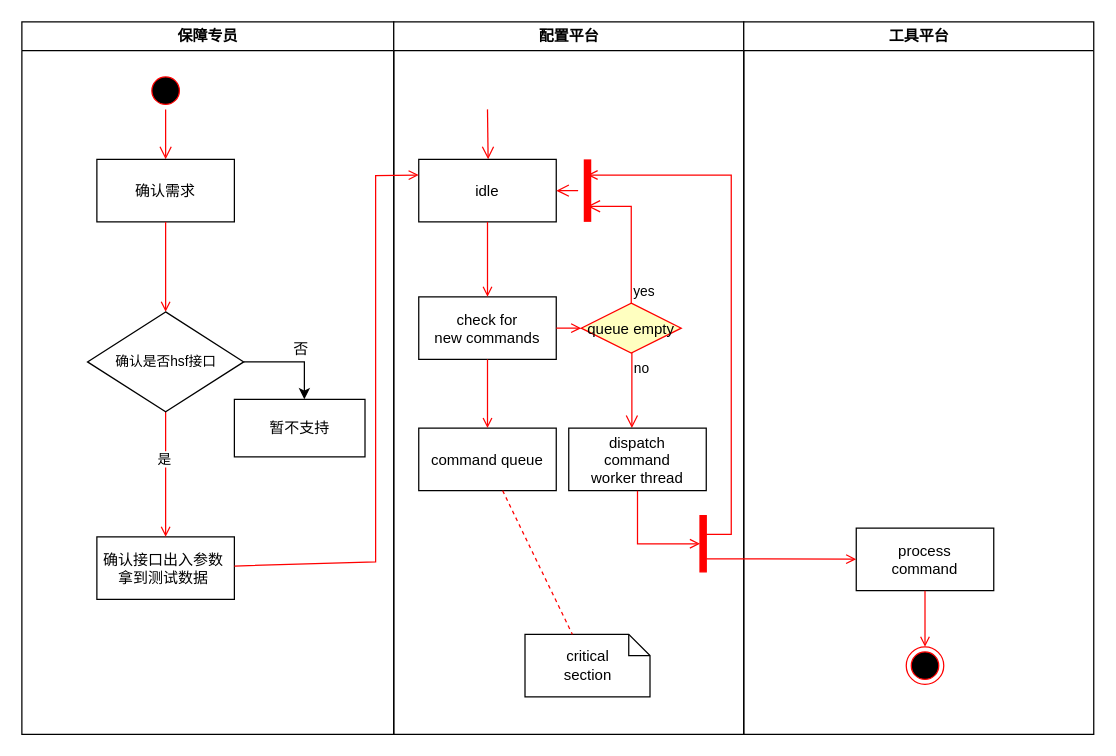
Above: java/Untitled Diagram.drawio in RdAllen/algo (draw.io), before the change. Source tidied: cells renumbered, new cells numbered last; positions are measured from the earlier drawing's top-left corner, leaving out a move shared by most shapes. Both pictures are drawn from the tidied source at 125%, with x=0, y=0 at pixel (21, 21).
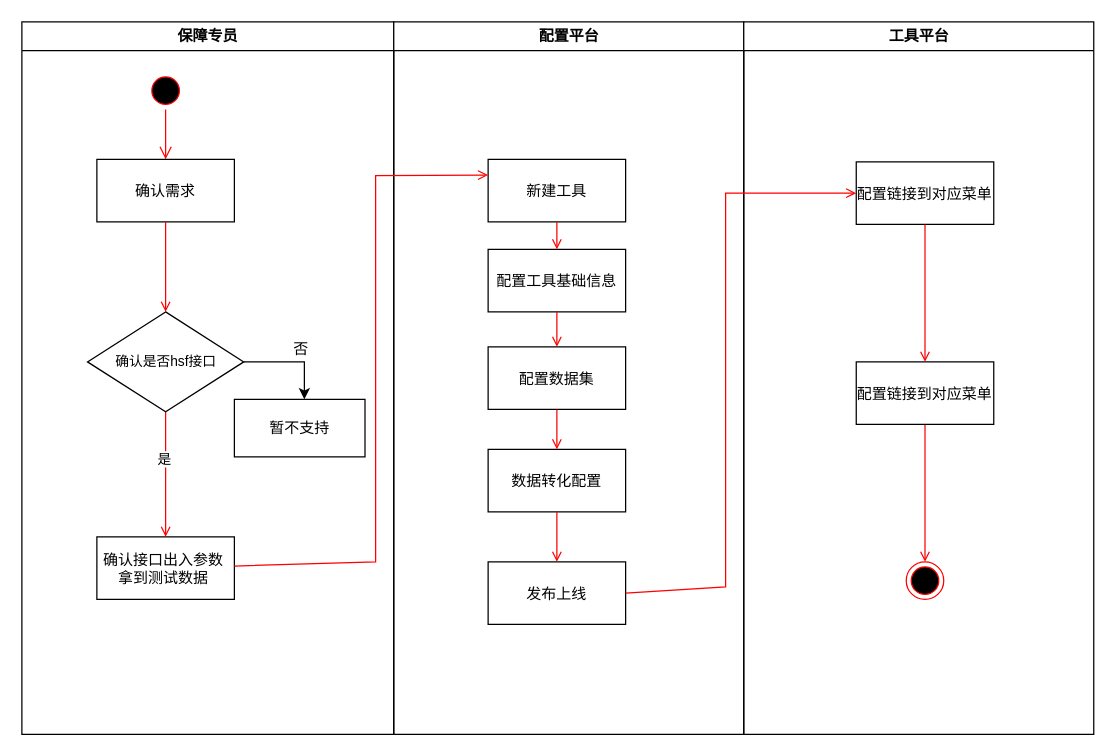
Above is the later version.

The change refers to these unchanged cells:
```xml
<mxCell id="13" value="配置平台" style="swimlane;whiteSpace=wrap;" parent="1" vertex="1">
  <mxGeometry x="297.5" width="280" height="570" as="geometry" />
</mxCell>
<mxCell id="31" value="工具平台" style="swimlane;whiteSpace=wrap;" parent="1" vertex="1">
  <mxGeometry x="577.5" width="280" height="570" as="geometry" />
</mxCell>
```

The edit, as a diff of the source:
```diff
@@
-    <mxCell id="14" style="edgeStyle=elbowEdgeStyle;elbow=horizontal;verticalAlign=bottom;endArrow=open;endSize=8;strokeColor=#FF0000;endFill=1;rounded=0;" parent="13" edge="1" target="15">
-      <mxGeometry x="40" y="20" as="geometry">
-        <mxPoint x="75" y="70" as="sourcePoint" />
-      </mxGeometry>
-    </mxCell>
-    <mxCell id="15" value="idle" parent="13" vertex="1">
-      <mxGeometry x="20" y="110" width="110" height="50" as="geometry" />
+    <mxCell id="15" value="新建工具" parent="13" vertex="1">
+      <mxGeometry x="75.5" y="110" width="110" height="50" as="geometry" />
     </mxCell>
-    <mxCell id="16" value="check for &#10;new commands" parent="13" vertex="1">
-      <mxGeometry x="20" y="220" width="110" height="50" as="geometry" />
+    <mxCell id="16" value="配置工具基础信息" parent="13" vertex="1">
+      <mxGeometry x="75.5" y="182" width="110" height="50" as="geometry" />
     </mxCell>
@@
-    <mxCell id="18" value="command queue" parent="13" vertex="1">
-      <mxGeometry x="20" y="325" width="110" height="50" as="geometry" />
+    <mxCell id="18" value="配置数据集" parent="13" vertex="1">
+      <mxGeometry x="75.5" y="260" width="110" height="50" as="geometry" />
     </mxCell>
@@
-    <mxCell id="20" value="queue empty" style="rhombus;fillColor=#ffffc0;strokeColor=#ff0000;" parent="13" vertex="1">
-      <mxGeometry x="150" y="225" width="80" height="40" as="geometry" />
-    </mxCell>
-    <mxCell id="21" value="yes" style="edgeStyle=elbowEdgeStyle;elbow=horizontal;align=left;verticalAlign=bottom;endArrow=open;endSize=8;strokeColor=#FF0000;exitX=0.5;exitY=0;endFill=1;rounded=0;entryX=0.75;entryY=0.5;entryPerimeter=0;" parent="13" edge="1" source="20" target="24">
-      <mxGeometry x="-1" relative="1" as="geometry">
-        <Array as="points">
-          <mxPoint x="190" y="180" />
-        </Array>
-      </mxGeometry>
-    </mxCell>
-    <mxCell id="22" value="no" style="edgeStyle=elbowEdgeStyle;elbow=horizontal;align=left;verticalAlign=top;endArrow=open;endSize=8;strokeColor=#FF0000;endFill=1;rounded=0;" parent="13" edge="1" source="20" target="26">
-      <mxGeometry x="-1" relative="1" as="geometry" />
-    </mxCell>
-    <mxCell id="23" style="endArrow=open;strokeColor=#FF0000;endFill=1;rounded=0;" parent="13" edge="1" source="16" target="20">
-      <mxGeometry relative="1" as="geometry" />
-    </mxCell>
-    <mxCell id="24" style="shape=line;strokeWidth=6;strokeColor=#ff0000;rotation=90;" parent="13" vertex="1">
-      <mxGeometry x="130" y="127.5" width="50" height="15" as="geometry" />
-    </mxCell>
-    <mxCell id="25" style="edgeStyle=elbowEdgeStyle;elbow=horizontal;verticalAlign=bottom;endArrow=open;endSize=8;strokeColor=#FF0000;endFill=1;rounded=0;" parent="13" edge="1" source="24" target="15">
-      <mxGeometry x="130" y="90" as="geometry" />
-    </mxCell>
-    <mxCell id="26" value="dispatch&#10;command&#10;worker thread" parent="13" vertex="1">
-      <mxGeometry x="140" y="325" width="110" height="50" as="geometry" />
-    </mxCell>
-    <mxCell id="27" value="critical&#10;section" style="shape=note;whiteSpace=wrap;size=17;" parent="13" vertex="1">
-      <mxGeometry x="105" y="490" width="100" height="50" as="geometry" />
-    </mxCell>
-    <mxCell id="28" style="endArrow=none;strokeColor=#FF0000;endFill=0;rounded=0;dashed=1;" parent="13" edge="1" source="18" target="27">
-      <mxGeometry relative="1" as="geometry" />
-    </mxCell>
-    <mxCell id="29" style="whiteSpace=wrap;strokeColor=#FF0000;fillColor=#FF0000;" parent="13" vertex="1">
-      <mxGeometry x="245" y="395" width="5" height="45" as="geometry" />
-    </mxCell>
-    <mxCell id="30" style="edgeStyle=elbowEdgeStyle;elbow=horizontal;entryX=0;entryY=0.5;strokeColor=#FF0000;endArrow=open;endFill=1;rounded=0;" parent="13" edge="1" source="26" target="29">
-      <mxGeometry relative="1" as="geometry">
-        <Array as="points">
-          <mxPoint x="195" y="400" />
-        </Array>
-      </mxGeometry>
-    </mxCell>
+    <mxCell id="39" value="数据转化配置" parent="13" vertex="1">
+      <mxGeometry x="75.5" y="342" width="110" height="50" as="geometry" />
+    </mxCell>
+    <mxCell id="40" style="endArrow=open;strokeColor=#FF0000;endFill=1;rounded=0;exitX=0.5;exitY=1;exitDx=0;exitDy=0;" parent="13" edge="1" source="18" target="39">
+      <mxGeometry relative="1" as="geometry" />
+    </mxCell>
+    <mxCell id="41" value="发布上线" parent="13" vertex="1">
+      <mxGeometry x="75.5" y="432" width="110" height="50" as="geometry" />
+    </mxCell>
+    <mxCell id="42" style="endArrow=open;strokeColor=#FF0000;endFill=1;rounded=0;exitX=0.5;exitY=1;exitDx=0;exitDy=0;" parent="13" edge="1" source="39" target="41">
+      <mxGeometry relative="1" as="geometry" />
+    </mxCell>
@@
-    <mxCell id="32" value="process&#10;command" parent="31" vertex="1">
-      <mxGeometry x="90" y="405" width="110" height="50" as="geometry" />
+    <mxCell id="32" value="配置链接到对应菜单" parent="31" vertex="1">
+      <mxGeometry x="90" y="112" width="110" height="50" as="geometry" />
     </mxCell>
-    <mxCell id="33" style="edgeStyle=elbowEdgeStyle;elbow=horizontal;strokeColor=#FF0000;endArrow=open;endFill=1;rounded=0;entryX=0.25;entryY=0.5;entryPerimeter=0;" parent="31" edge="1" target="24">
-      <mxGeometry relative="1" as="geometry">
-        <mxPoint x="-30" y="410" as="sourcePoint" />
-        <Array as="points">
-          <mxPoint x="-10" y="135" />
-        </Array>
-      </mxGeometry>
-    </mxCell>
-    <mxCell id="34" style="edgeStyle=none;strokeColor=#FF0000;endArrow=open;endFill=1;rounded=0;" parent="31" edge="1" target="32">
-      <mxGeometry relative="1" as="geometry">
-        <mxPoint x="-30" y="429.5" as="sourcePoint" />
-      </mxGeometry>
-    </mxCell>
     <mxCell id="35" style="ellipse;shape=endState;fillColor=#000000;strokeColor=#ff0000;" parent="31" vertex="1">
-      <mxGeometry x="130" y="500" width="30" height="30" as="geometry" />
+      <mxGeometry x="130" y="432" width="30" height="30" as="geometry" />
     </mxCell>
-    <mxCell id="36" style="endArrow=open;strokeColor=#FF0000;endFill=1;rounded=0;" parent="31" edge="1" source="32" target="35">
+    <mxCell id="36" style="endArrow=open;strokeColor=#FF0000;endFill=1;rounded=0;exitX=0.5;exitY=1;exitDx=0;exitDy=0;" parent="31" edge="1" source="43" target="35">
       <mxGeometry relative="1" as="geometry" />
     </mxCell>
+    <mxCell id="43" value="配置链接到对应菜单" parent="31" vertex="1">
+      <mxGeometry x="90" y="272" width="110" height="50" as="geometry" />
+    </mxCell>
+    <mxCell id="44" style="endArrow=open;strokeColor=#FF0000;endFill=1;rounded=0;exitX=0.5;exitY=1;exitDx=0;exitDy=0;entryX=0.5;entryY=0;entryDx=0;entryDy=0;" parent="31" edge="1" source="32" target="43">
+      <mxGeometry relative="1" as="geometry" />
+    </mxCell>
@@
+    <mxCell id="45" style="endArrow=open;strokeColor=#FF0000;endFill=1;rounded=0;exitX=1;exitY=0.5;exitDx=0;exitDy=0;entryX=0;entryY=0.5;entryDx=0;entryDy=0;" parent="1" edge="1" source="41" target="32">
+      <mxGeometry relative="1" as="geometry">
+        <Array as="points">
+          <mxPoint x="563" y="452" />
+          <mxPoint x="563" y="137" />
+        </Array>
+      </mxGeometry>
+    </mxCell>
```
